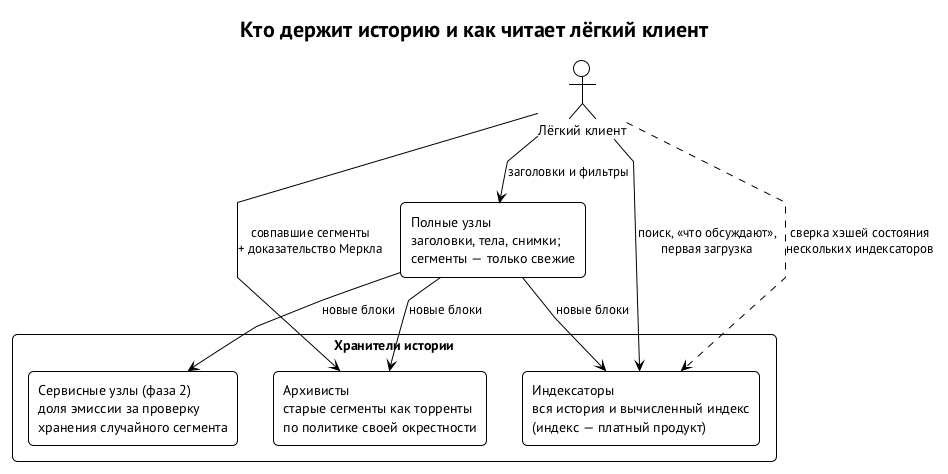
This is book/diagrams/history-holders.png from relux-works/swarma-docs, a PlantUML export, as it was before one commit.
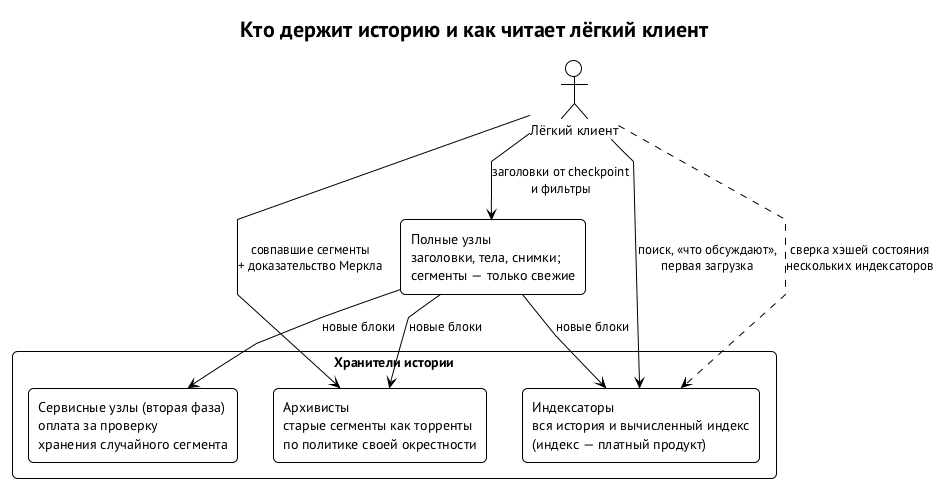
Later version of the same file.

The edit, as a diff of the source:
```diff
@@ -13,12 +13,12 @@
 package "Хранители истории" {
   rectangle "Индексаторы\nвся история и вычисленный индекс\n(индекс — платный продукт)" as I
   rectangle "Архивисты\nстарые сегменты как торренты\nпо политике своей окрестности" as L
-  rectangle "Сервисные узлы (фаза 2)\nдоля эмиссии за проверку\nхранения случайного сегмента" as S
+  rectangle "Сервисные узлы (вторая фаза)\nоплата за проверку\nхранения случайного сегмента" as S
 }
 
 actor "Лёгкий клиент" as C
 
-C --> N : заголовки и фильтры
+C --> N : заголовки от checkpoint\nи фильтры
 C --> L : совпавшие сегменты\n+ доказательство Меркла
 C --> I : поиск, «что обсуждают»,\nпервая загрузка
 C ..> I : сверка хэшей состояния\nнескольких индексаторов
```
